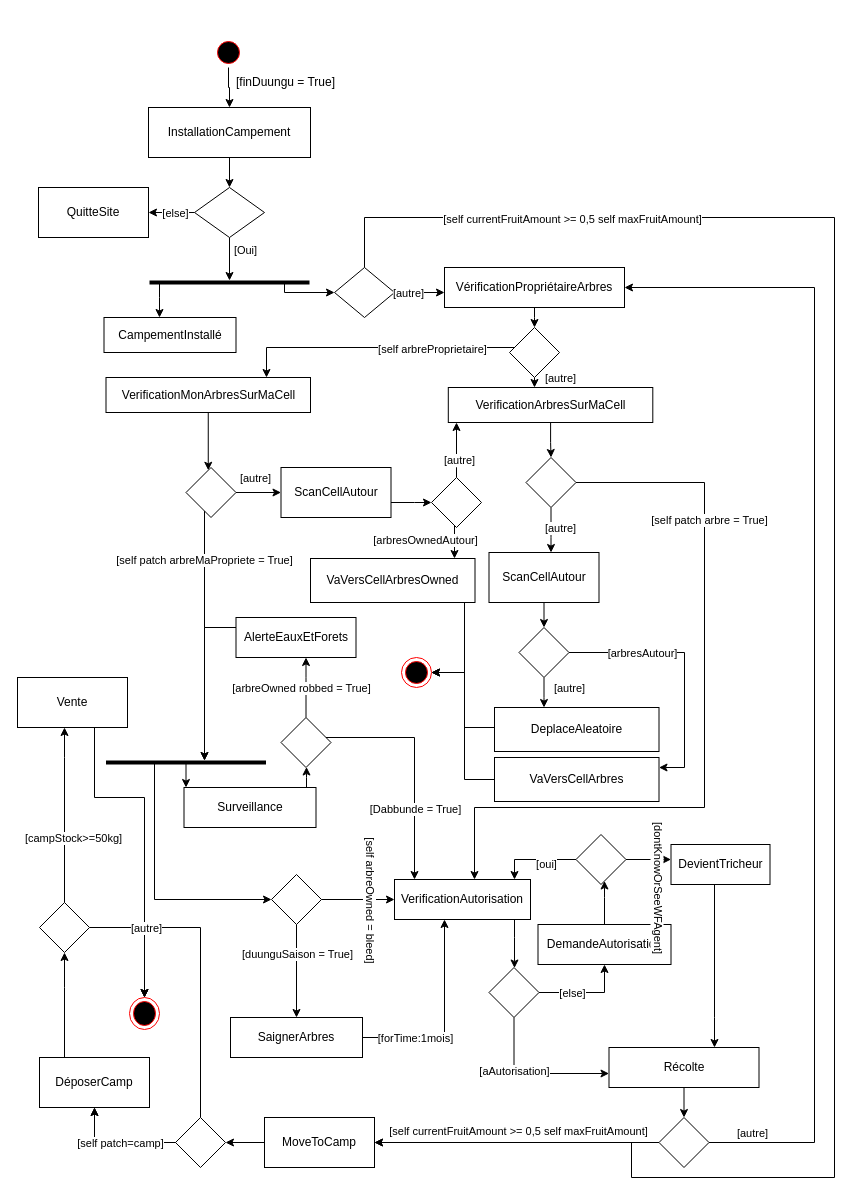
panchovdl/DundiModel keeps this draw.io diagram as page "Page-6" (6 of 6) of DundiV0.drawio. Above is the earlier version. Source tidied: cells renumbered, new cells numbered last; positions are measured from the earlier drawing's top-left corner, leaving out a move shared by most shapes. Both pictures are drawn from the tidied source at 100%, with x=0, y=0 at pixel (17, 37).
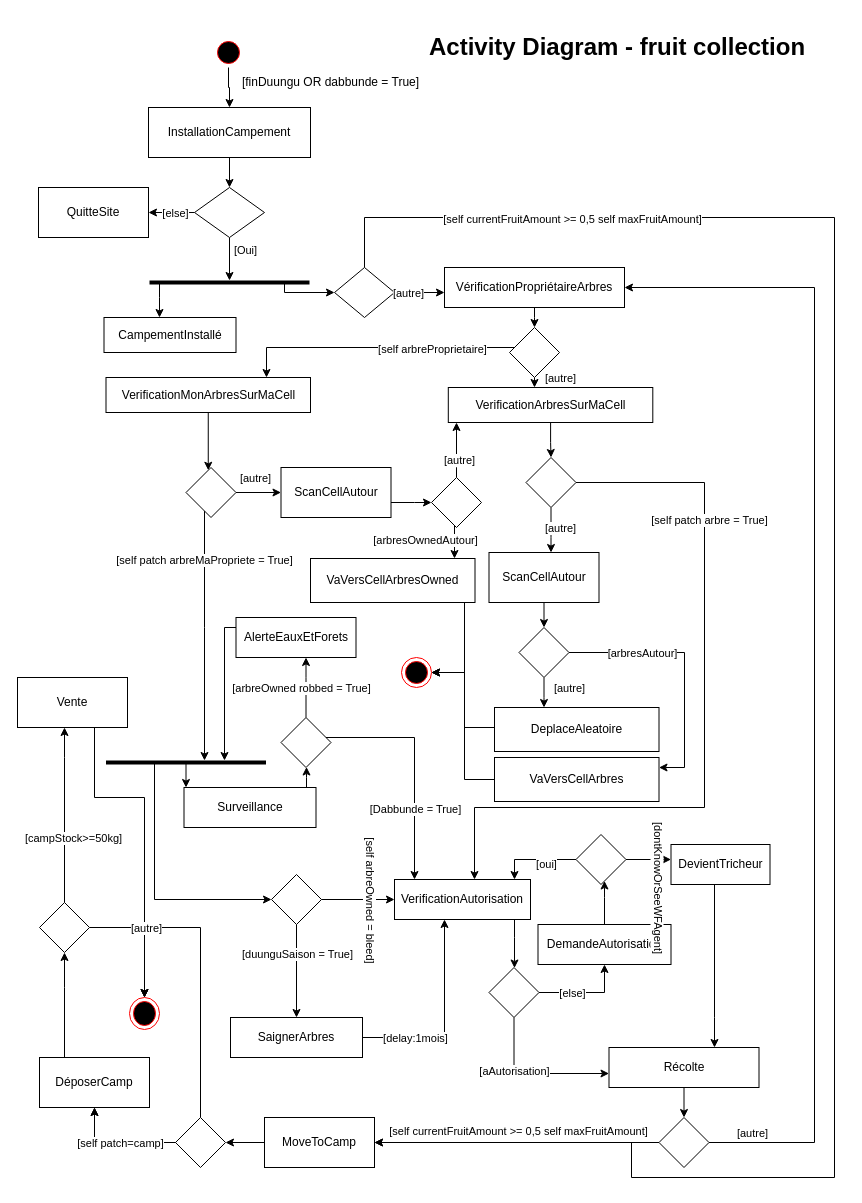
Above is the later version.

The change refers to these unchanged cells:
```xml
<mxCell id="49" style="line;strokeWidth=4;html=1;perimeter=backbonePerimeter;points=[];outlineConnect=0;" parent="1" vertex="1">
  <mxGeometry x="88.5" y="720" width="160" height="10" as="geometry" />
</mxCell>
<mxCell id="54" value="AlerteEauxEtForets" style="html=1;whiteSpace=wrap;" parent="1" vertex="1">
  <mxGeometry x="218.5" y="580" width="120" height="40" as="geometry" />
</mxCell>
<mxCell id="59" style="edgeStyle=orthogonalEdgeStyle;rounded=0;jettySize=auto;html=1;" parent="1" edge="1" source="57" target="26">
  <mxGeometry relative="1" as="geometry">
    <Array as="points">
      <mxPoint x="427" y="1000" />
    </Array>
  </mxGeometry>
</mxCell>
```

What changed in the source:
```diff
@@
-    <mxCell id="18" value="[finDuungu = True]" style="text;html=1;align=center;verticalAlign=middle;strokeColor=none;fillColor=none;" parent="1" vertex="1">
-      <mxGeometry x="208" y="30" width="120" height="30" as="geometry" />
+    <mxCell id="18" value="[finDuungu OR dabbunde = True]" style="text;html=1;align=center;verticalAlign=middle;strokeColor=none;fillColor=none;" parent="1" vertex="1">
+      <mxGeometry x="213" y="30" width="200" height="30" as="geometry" />
     </mxCell>
@@
     <mxCell id="53" style="edgeStyle=orthogonalEdgeStyle;rounded=0;jettySize=auto;html=1;" parent="1" edge="1" source="54" target="49">
       <mxGeometry relative="1" as="geometry">
         <Array as="points">
-          <mxPoint x="187" y="590" />
+          <mxPoint x="207" y="590" />
         </Array>
       </mxGeometry>
     </mxCell>
@@
-    <mxCell id="60" value="[forTime:1mois]" style="edgeLabel;html=1;align=center;verticalAlign=middle;" parent="59" vertex="1">
+    <mxCell id="60" value="[delay:1mois]" style="edgeLabel;html=1;align=center;verticalAlign=middle;" parent="59" vertex="1">
       <mxGeometry x="-0.69" y="3" relative="1" as="geometry">
         <mxPoint x="21" y="3" as="offset" />
       </mxGeometry>
     </mxCell>
@@
+    <mxCell id="124" value="&lt;h1&gt;Activity Diagram - fruit collection&lt;br&gt;&lt;/h1&gt;&lt;p&gt;&lt;br&gt;&lt;/p&gt;" style="text;html=1;strokeColor=none;fillColor=none;spacing=5;spacingTop=-20;whiteSpace=wrap;overflow=hidden;rounded=0;" parent="1" vertex="1">
+      <mxGeometry x="407" y="-10" width="420" height="80" as="geometry" />
+    </mxCell>
```
